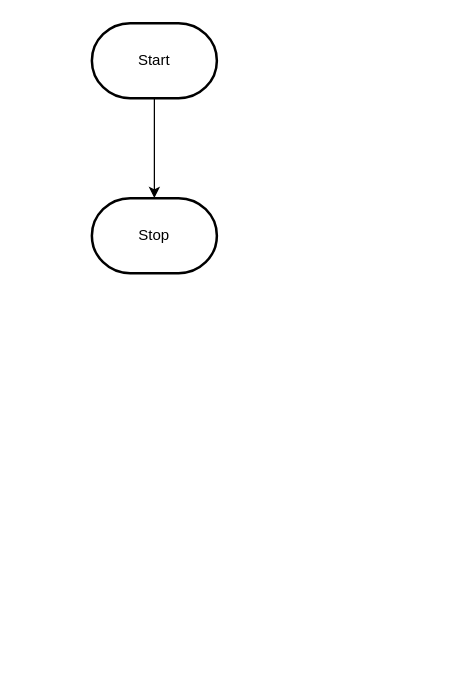
This is design/flowchart.drawio from MTHS-ICD2O-1-2023/ICD2O-Unit-5-02-Adam-Batiuk, a draw.io file, before an edit. Source tidied: cells renumbered, new cells numbered last; positions are measured from the earlier drawing's top-left corner, leaving out a move shared by most shapes. Both pictures are drawn from the tidied source at 125%, with x=0, y=0 at pixel (91, 22).
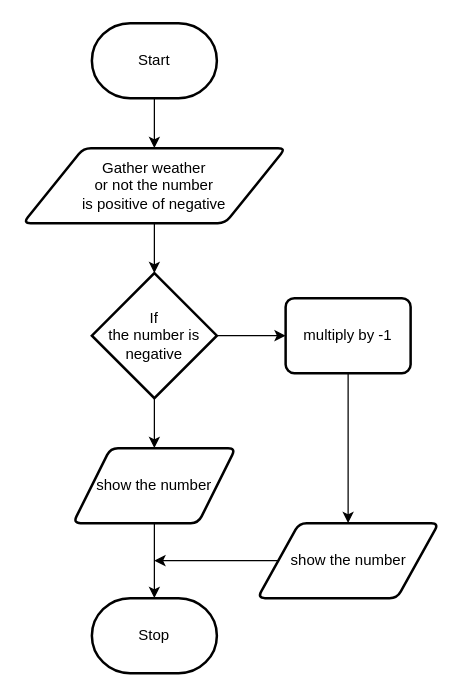
Above is the later version.

Change to the diagram source:
```diff
@@
 <mxGraphModel>
   <root>
     <mxCell id="0" />
     <mxCell id="1" parent="0" />
-    <mxCell id="2" style="edgeStyle=orthogonalEdgeStyle;html=1;rounded=0;" parent="1" edge="1" source="3" target="4">
-      <mxGeometry relative="1" as="geometry" />
-    </mxCell>
+    <mxCell id="5" style="edgeStyle=none;html=1;" parent="1" edge="1" source="3" target="2">
+      <mxGeometry relative="1" as="geometry" />
+    </mxCell>
     <mxCell id="3" value="Start" style="strokeWidth=2;html=1;shape=mxgraph.flowchart.terminator;whiteSpace=wrap;" parent="1" vertex="1">
       <mxGeometry width="100" height="60" as="geometry" />
     </mxCell>
     <mxCell id="4" value="Stop" style="strokeWidth=2;html=1;shape=mxgraph.flowchart.terminator;whiteSpace=wrap;" parent="1" vertex="1">
-      <mxGeometry y="140" width="100" height="60" as="geometry" />
+      <mxGeometry y="460" width="100" height="60" as="geometry" />
     </mxCell>
+    <mxCell id="6" style="edgeStyle=none;html=1;" parent="1" edge="1" source="2" target="9">
+      <mxGeometry relative="1" as="geometry" />
+    </mxCell>
+    <mxCell id="2" value="Gather weather &lt;br&gt;or not the number &lt;br&gt;is positive of negative" style="shape=parallelogram;html=1;strokeWidth=2;perimeter=parallelogramPerimeter;whiteSpace=wrap;rounded=1;arcSize=12;size=0.23;" parent="1" vertex="1">
+      <mxGeometry x="-55" y="100" width="210" height="60" as="geometry" />
+    </mxCell>
+    <mxCell id="7" style="edgeStyle=none;html=1;" parent="1" edge="1" source="9" target="15">
+      <mxGeometry relative="1" as="geometry" />
+    </mxCell>
+    <mxCell id="8" style="edgeStyle=none;html=1;entryX=0;entryY=0.5;entryDx=0;entryDy=0;" parent="1" edge="1" source="9" target="11">
+      <mxGeometry relative="1" as="geometry" />
+    </mxCell>
+    <mxCell id="9" value="If&lt;br&gt;the number is negative" style="strokeWidth=2;html=1;shape=mxgraph.flowchart.decision;whiteSpace=wrap;" parent="1" vertex="1">
+      <mxGeometry y="200" width="100" height="100" as="geometry" />
+    </mxCell>
+    <mxCell id="10" style="edgeStyle=none;html=1;" parent="1" edge="1" source="11" target="13">
+      <mxGeometry relative="1" as="geometry" />
+    </mxCell>
+    <mxCell id="11" value="multiply by -1" style="rounded=1;whiteSpace=wrap;html=1;absoluteArcSize=1;arcSize=14;strokeWidth=2;" parent="1" vertex="1">
+      <mxGeometry x="155" y="220" width="100" height="60" as="geometry" />
+    </mxCell>
+    <mxCell id="12" style="edgeStyle=none;html=1;" parent="1" edge="1" source="13">
+      <mxGeometry relative="1" as="geometry">
+        <mxPoint x="50" y="430" as="targetPoint" />
+      </mxGeometry>
+    </mxCell>
+    <mxCell id="13" value="show the number" style="shape=parallelogram;html=1;strokeWidth=2;perimeter=parallelogramPerimeter;whiteSpace=wrap;rounded=1;arcSize=12;size=0.23;" parent="1" vertex="1">
+      <mxGeometry x="132.5" y="400" width="145" height="60" as="geometry" />
+    </mxCell>
+    <mxCell id="14" style="edgeStyle=none;html=1;" parent="1" edge="1" source="15" target="4">
+      <mxGeometry relative="1" as="geometry" />
+    </mxCell>
+    <mxCell id="15" value="show the number" style="shape=parallelogram;html=1;strokeWidth=2;perimeter=parallelogramPerimeter;whiteSpace=wrap;rounded=1;arcSize=12;size=0.23;" parent="1" vertex="1">
+      <mxGeometry x="-15" y="340" width="130" height="60" as="geometry" />
+    </mxCell>
   </root>
 </mxGraphModel>
```
